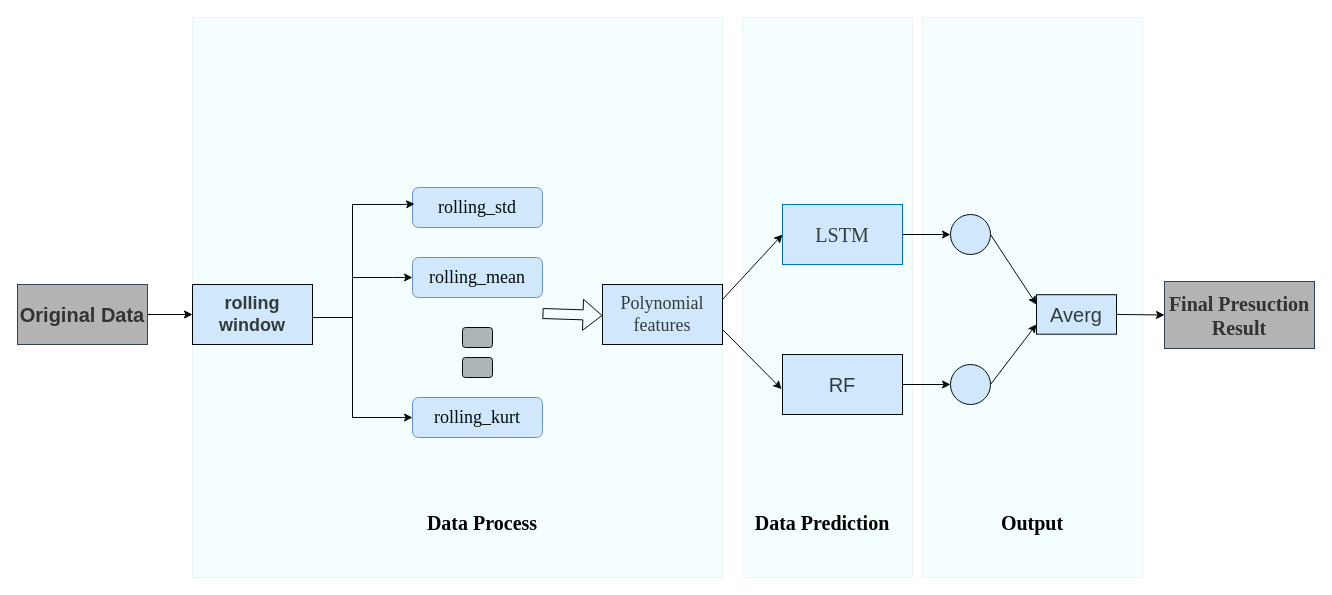
Earlier version of the draw.io diagram huihe.drawio (Lu-Ming-Song/C). Source tidied: cells renumbered, new cells numbered last; positions are measured from the earlier drawing's top-left corner, leaving out a move shared by most shapes. Both pictures are drawn from the tidied source at 100%, with x=0, y=0 at pixel (17, 17).
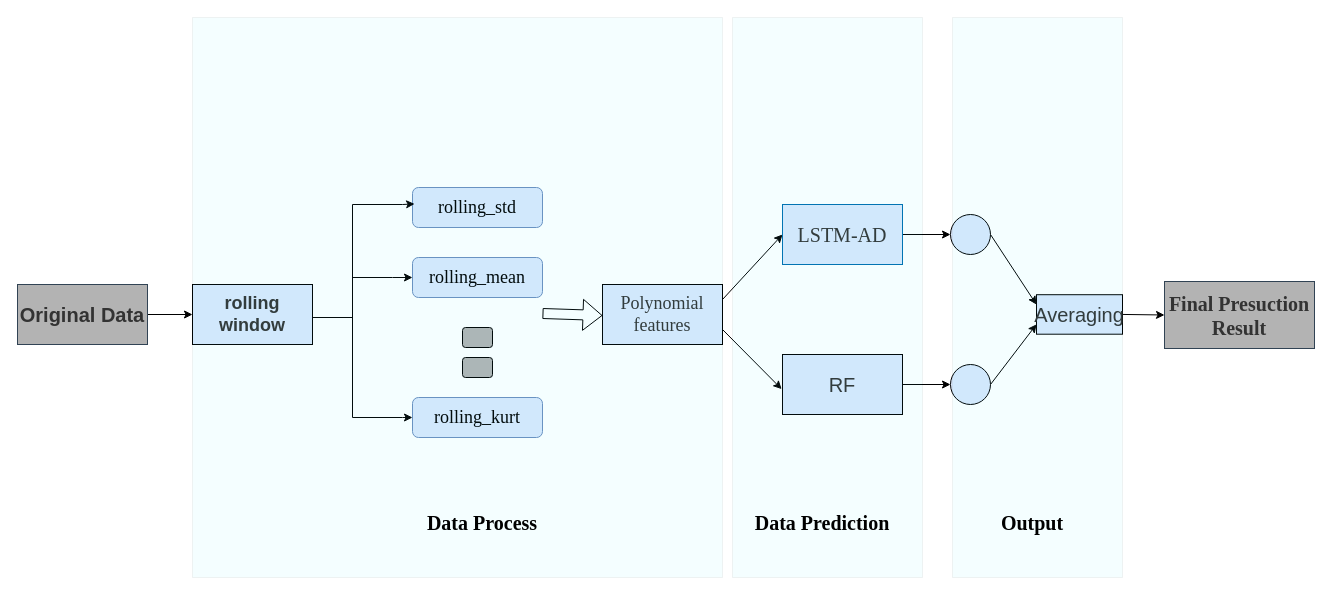
The same page after the edit.

The edit, as a diff of the source:
```diff
@@
-    <mxCell id="13" value="&lt;font color=&quot;#333333&quot; style=&quot;font-size: 20px;&quot; face=&quot;Times New Roman&quot;&gt;LSTM&lt;/font&gt;" style="rounded=0;whiteSpace=wrap;html=1;fillColor=#DAE8FC;fontColor=#ffffff;strokeColor=#006EAF;" parent="1" vertex="1">
+    <mxCell id="13" value="&lt;font color=&quot;#333333&quot; style=&quot;font-size: 20px;&quot; face=&quot;Times New Roman&quot;&gt;LSTM-AD&lt;/font&gt;" style="rounded=0;whiteSpace=wrap;html=1;fillColor=#DAE8FC;fontColor=#ffffff;strokeColor=#006EAF;" parent="1" vertex="1">
       <mxGeometry x="765" y="187" width="120" height="60" as="geometry" />
     </mxCell>
@@
-    <mxCell id="22" value="&lt;font color=&quot;#333333&quot; style=&quot;font-size: 20px;&quot;&gt;Averg&lt;/font&gt;" style="rounded=0;whiteSpace=wrap;html=1;fillColor=#DAE8FC;" parent="1" vertex="1">
-      <mxGeometry x="1019" y="277.2" width="80" height="39.5" as="geometry" />
+    <mxCell id="22" value="&lt;font color=&quot;#333333&quot; style=&quot;font-size: 20px;&quot;&gt;Averaging&lt;/font&gt;" style="rounded=0;whiteSpace=wrap;html=1;fillColor=#DAE8FC;" parent="1" vertex="1">
+      <mxGeometry x="1019" y="277.2" width="86" height="39.5" as="geometry" />
     </mxCell>
@@
     <mxCell id="32" style="verticalLabelPosition=bottom;verticalAlign=top;html=1;shape=mxgraph.basic.rect;fillColor2=none;strokeWidth=1;size=20;indent=5;opacity=5;fillColor=#36DDFF;" parent="1" vertex="1">
-      <mxGeometry x="725" width="170" height="560" as="geometry" />
+      <mxGeometry x="935" width="170" height="560" as="geometry" />
     </mxCell>
     <mxCell id="33" style="verticalLabelPosition=bottom;verticalAlign=top;html=1;shape=mxgraph.basic.rect;fillColor2=none;strokeWidth=1;size=20;indent=5;opacity=5;fillColor=#36DDFF;" parent="1" vertex="1">
-      <mxGeometry x="905" width="220" height="560" as="geometry" />
+      <mxGeometry x="715" width="190" height="560" as="geometry" />
     </mxCell>
```
